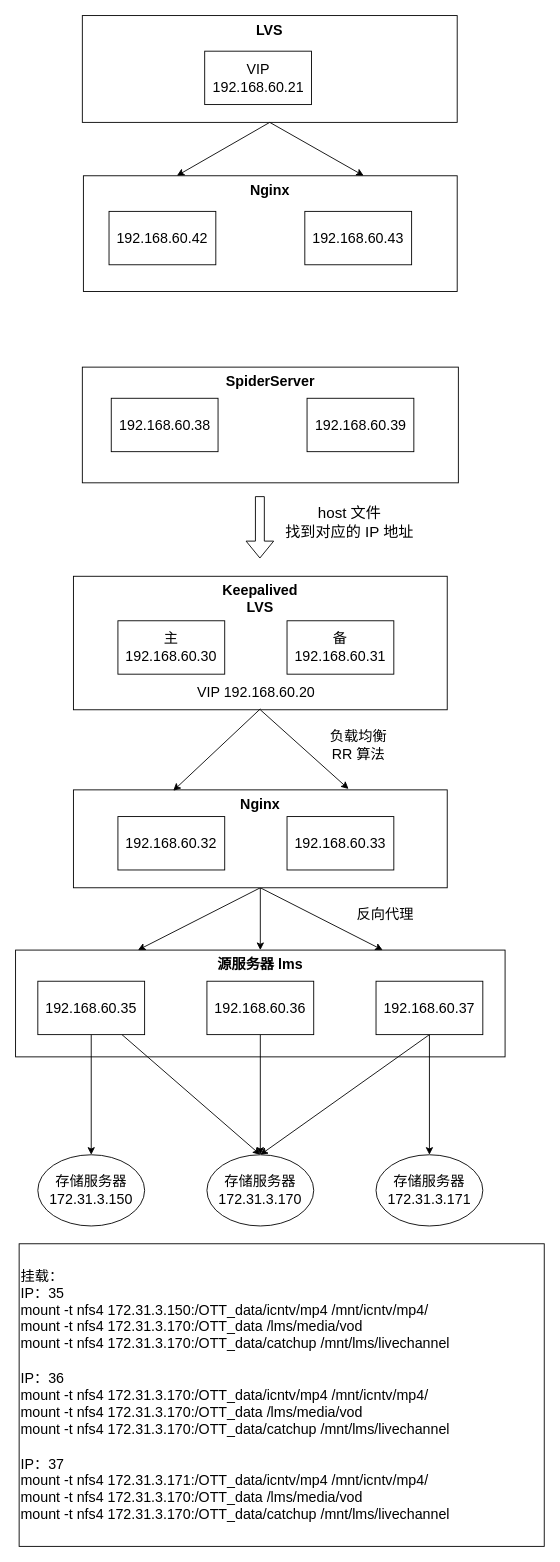
xiaolincoder/ImageHost4 keeps this draw.io diagram as 杂/云数OTT.drawio. Above is the earlier version. Source tidied: cells renumbered, new cells numbered last; positions are measured from the earlier drawing's top-left corner, leaving out a move shared by most shapes. Both pictures are drawn from the tidied source at 89%, with x=0, y=0 at pixel (15, 15).
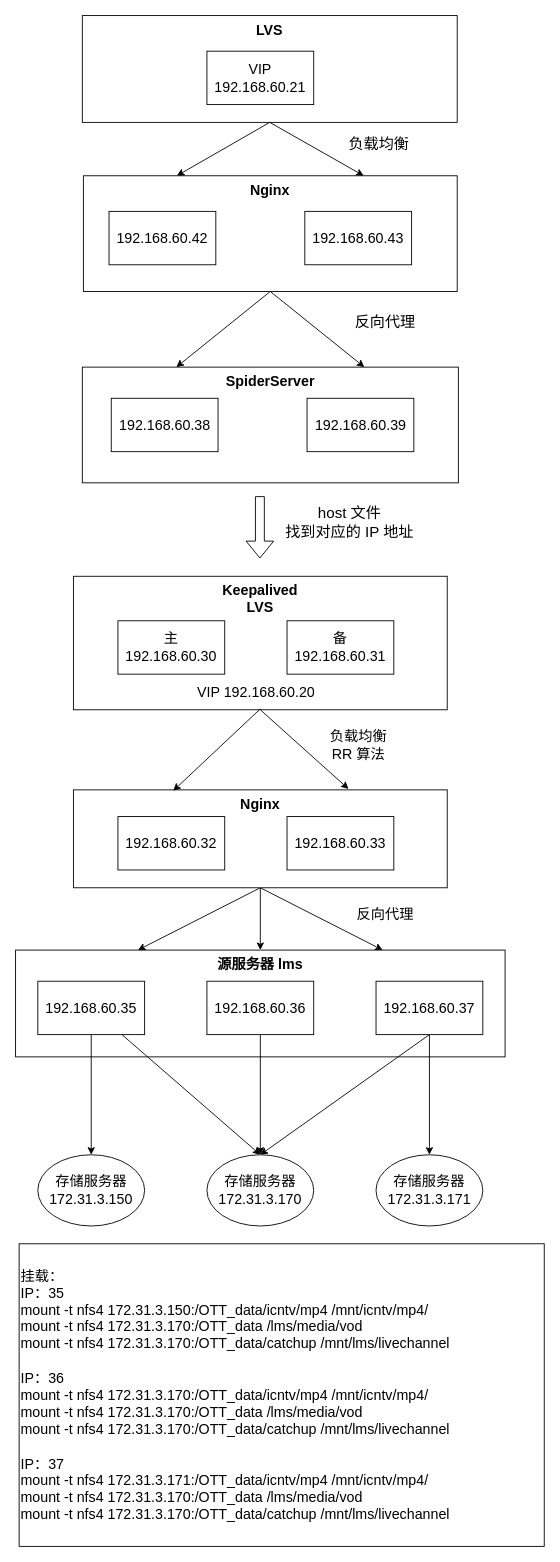
The same page after the edit.

The change refers to these unchanged cells:
```xml
<mxCell id="33" value="&lt;b&gt;Nginx&lt;/b&gt;" style="rounded=0;whiteSpace=wrap;html=1;fontSize=16;verticalAlign=top;" parent="1" vertex="1">
  <mxGeometry x="76.2" y="180" width="420" height="130" as="geometry" />
</mxCell>
<mxCell id="36" value="&lt;a name=&quot;_GoBack&quot;&gt;&lt;span lang=&quot;EN-US&quot; style=&quot;font-size: 12pt ; line-height: 115% ; font-family: &amp;#34;calibri&amp;#34; , sans-serif&quot;&gt;&lt;b&gt;SpiderServer&lt;/b&gt;&lt;/span&gt;&lt;/a&gt;" style="rounded=0;whiteSpace=wrap;html=1;fontSize=16;verticalAlign=top;" parent="1" vertex="1">
  <mxGeometry x="75" y="395" width="422.5" height="130" as="geometry" />
</mxCell>
```

What changed in the source:
```diff
@@
     <mxCell id="32" value="VIP &lt;br&gt;192.168.60.21" style="rounded=0;whiteSpace=wrap;html=1;fontSize=16;" parent="1" vertex="1">
-      <mxGeometry x="212.5" y="40" width="120" height="60" as="geometry" />
+      <mxGeometry x="215" y="40" width="120" height="60" as="geometry" />
     </mxCell>
+    <mxCell id="41" style="edgeStyle=none;rounded=0;jettySize=auto;html=1;entryX=0.25;entryY=0;entryDx=0;entryDy=0;fontSize=17;exitX=0.5;exitY=1;exitDx=0;exitDy=0;" parent="1" edge="1" source="33" target="36">
+      <mxGeometry relative="1" as="geometry" />
+    </mxCell>
+    <mxCell id="42" style="edgeStyle=none;rounded=0;jettySize=auto;html=1;entryX=0.75;entryY=0;entryDx=0;entryDy=0;fontSize=17;exitX=0.5;exitY=1;exitDx=0;exitDy=0;" parent="1" edge="1" source="33" target="36">
+      <mxGeometry relative="1" as="geometry" />
+    </mxCell>
@@
+    <mxCell id="43" value="反向代理" style="text;html=1;align=center;verticalAlign=middle;fontSize=17;" parent="1" vertex="1">
+      <mxGeometry x="375" y="330" width="80" height="30" as="geometry" />
+    </mxCell>
+    <mxCell id="44" value="负载均衡" style="text;html=1;align=center;verticalAlign=middle;fontSize=17;" parent="1" vertex="1">
+      <mxGeometry x="367.5" y="130" width="80" height="30" as="geometry" />
+    </mxCell>
```
